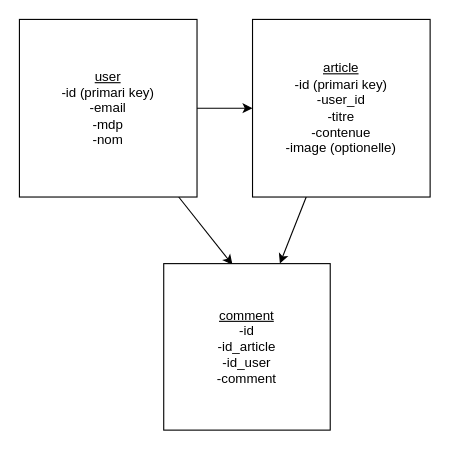
The draw.io diagram db.dio in AnthonyVanDeyck/Blog_back_end, before the edit. Source tidied: cells renumbered, new cells numbered last; positions are measured from the earlier drawing's top-left corner, leaving out a move shared by most shapes. Both pictures are drawn from the tidied source at 111%, with x=0, y=0 at pixel (19, 19).
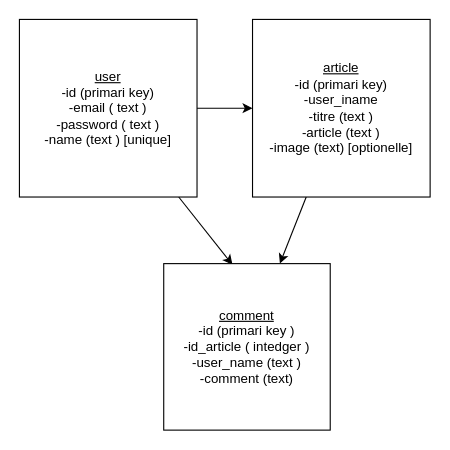
Above is the later version.

Commit message (it also covers changes not shown here):
modification mineur

Diff of the diagram source:
```diff
@@
 <mxGraphModel>
   <root>
     <mxCell id="0" />
     <mxCell id="1" parent="0" />
     <mxCell id="2" style="edgeStyle=none;html=1;entryX=0.413;entryY=0.007;entryDx=0;entryDy=0;entryPerimeter=0;" parent="1" edge="1" source="4" target="7">
       <mxGeometry relative="1" as="geometry" />
     </mxCell>
     <mxCell id="3" style="edgeStyle=none;html=1;" parent="1" edge="1" source="4" target="6">
       <mxGeometry relative="1" as="geometry" />
     </mxCell>
-    <mxCell id="4" value="&lt;u&gt;user&lt;/u&gt;&lt;br&gt;-id (primari key)&lt;br&gt;-email&lt;br&gt;-mdp&lt;br&gt;-nom" style="whiteSpace=wrap;html=1;" parent="1" vertex="1">
+    <mxCell id="4" value="&lt;u&gt;user&lt;/u&gt;&lt;br&gt;-id (primari key)&lt;br&gt;-email ( text )&lt;br&gt;-password ( text )&lt;br&gt;-name (text ) [unique]" style="whiteSpace=wrap;html=1;" parent="1" vertex="1">
       <mxGeometry width="160" height="160" as="geometry" />
     </mxCell>
     <mxCell id="5" style="edgeStyle=none;html=1;" parent="1" edge="1" source="6" target="7">
       <mxGeometry relative="1" as="geometry" />
     </mxCell>
-    <mxCell id="6" value="&lt;u&gt;article&lt;/u&gt;&lt;br&gt;-id (primari key)&lt;br&gt;-user_id&lt;br&gt;-titre&lt;br&gt;-contenue&lt;br&gt;-image (optionelle)" style="whiteSpace=wrap;html=1;" parent="1" vertex="1">
+    <mxCell id="6" value="&lt;u&gt;article&lt;/u&gt;&lt;br&gt;-id (primari key)&lt;br&gt;-user_iname&lt;br&gt;-titre (text )&lt;br&gt;-article (text )&lt;br&gt;-image (text) [optionelle]" style="whiteSpace=wrap;html=1;" parent="1" vertex="1">
       <mxGeometry x="210" width="160" height="160" as="geometry" />
     </mxCell>
-    <mxCell id="7" value="&lt;u&gt;comment&lt;/u&gt;&lt;br&gt;-id&lt;br&gt;-id_article&lt;br&gt;-id_user&lt;br&gt;-comment" style="whiteSpace=wrap;html=1;" parent="1" vertex="1">
+    <mxCell id="7" value="&lt;u&gt;comment&lt;/u&gt;&lt;br&gt;-id (primari key )&lt;br&gt;-id_article ( intedger )&lt;br&gt;-user_name (text )&lt;br&gt;-comment (text)" style="whiteSpace=wrap;html=1;" parent="1" vertex="1">
       <mxGeometry x="130" y="220" width="150" height="150" as="geometry" />
     </mxCell>
   </root>
 </mxGraphModel>
```
